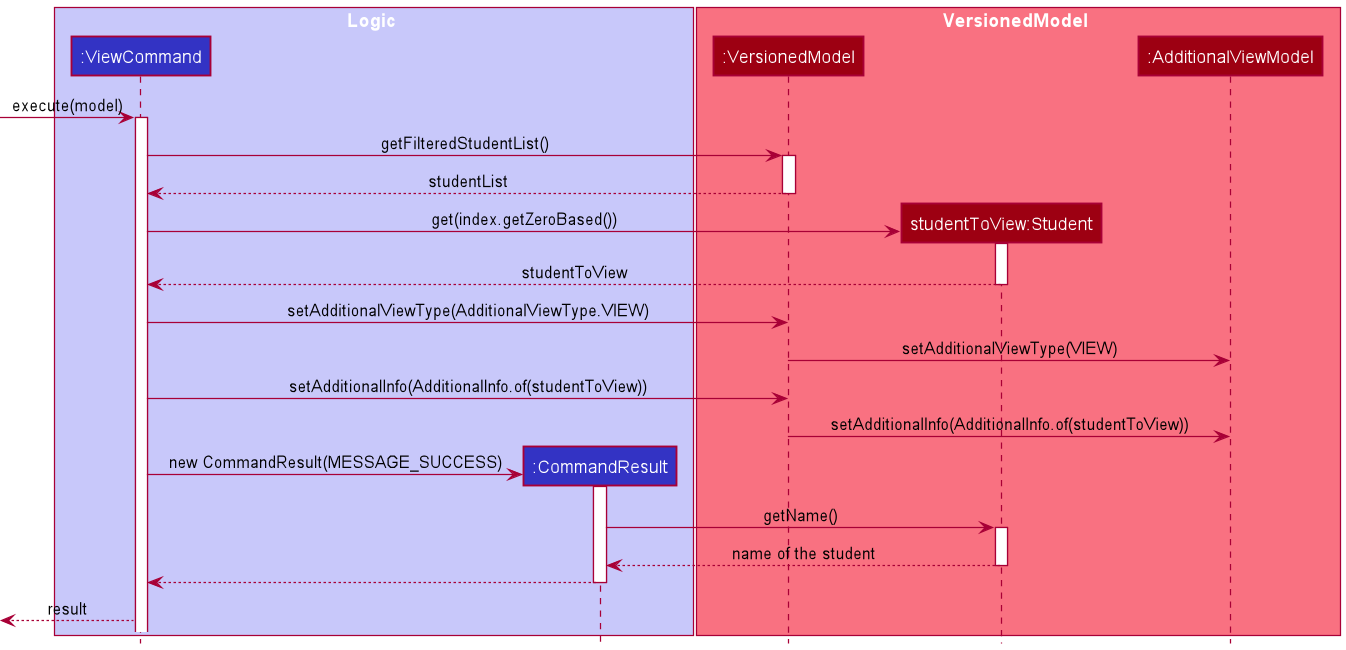
nus-cs2103-AY2122S1/tp keeps this PlantUML diagram as docs/images/dg/logic/commands/viewcommand/ViewCommandSequenceDiagram.png. Above is the earlier version. Its source is kept beside it as docs/diagrams/logic/commands/viewcommand/ViewCommandSequenceDiagram.puml.
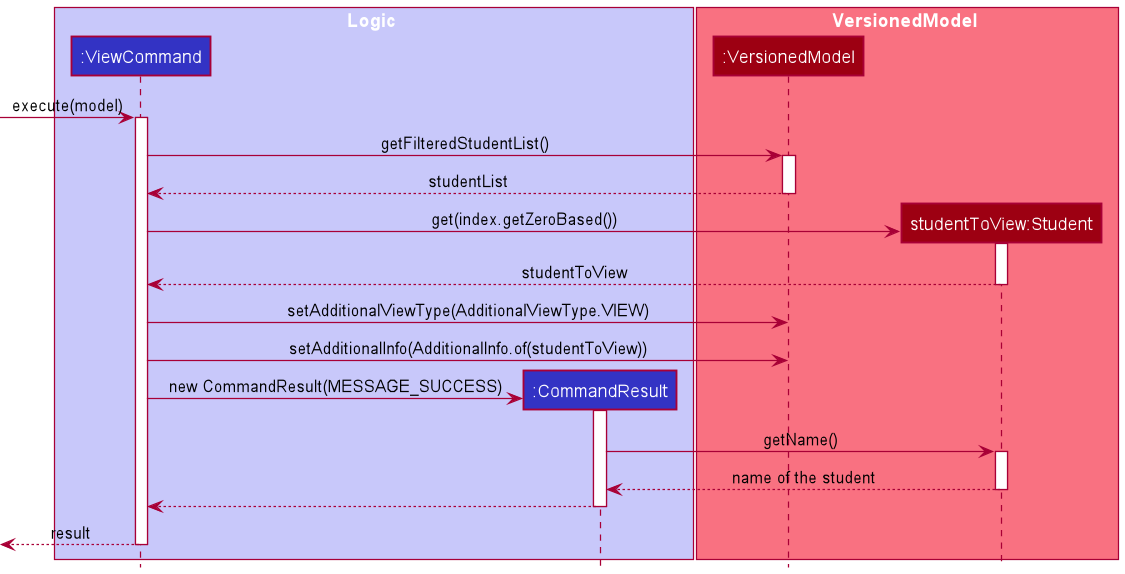
The same file after the commit.

What changed in the source:
```diff
@@ -38,5 +38,5 @@
 deactivate commandResult
 
 [<-- viewCommand: result
-
+deactivate viewCommand
 @enduml
```
